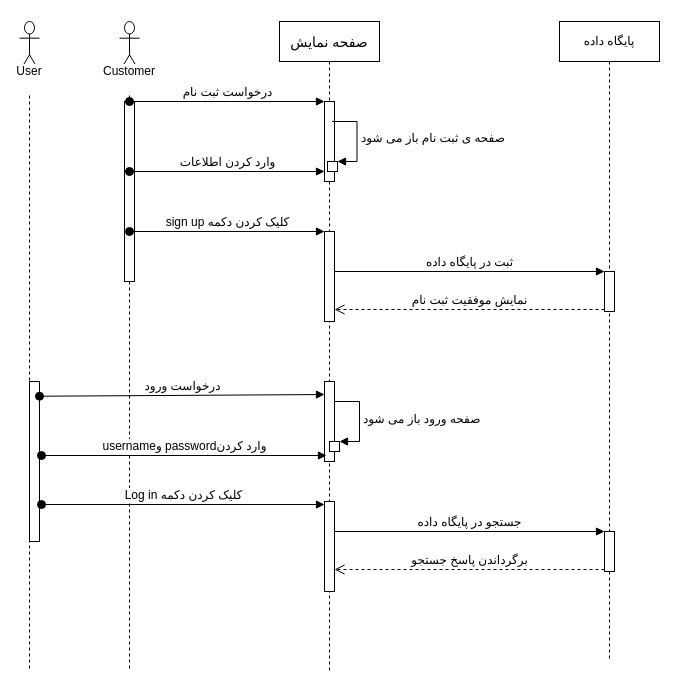
Before: docs/SignupLoginSeqDiagram.drawio in marketplus95/marketplus95, a draw.io diagram. Source tidied: cells renumbered, new cells numbered last; positions are measured from the earlier drawing's top-left corner, leaving out a move shared by most shapes. Both pictures are drawn from the tidied source at 100%, with x=0, y=0 at pixel (19, 21).
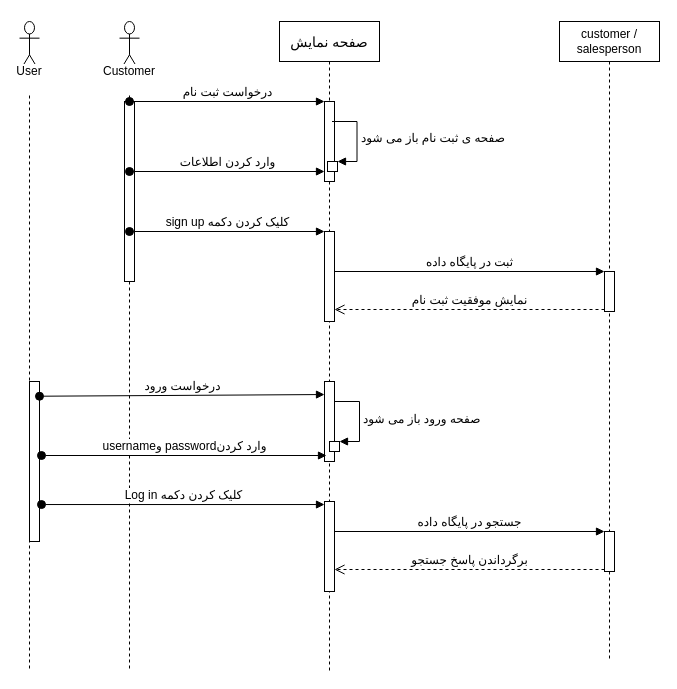
After the change.

Change to the diagram source:
```diff
@@
-    <mxCell id="12" value="پایگاه داده&lt;br&gt;" style="shape=umlLifeline;perimeter=lifelinePerimeter;whiteSpace=wrap;html=1;" parent="1" vertex="1">
+    <mxCell id="12" value="customer / salesperson" style="shape=umlLifeline;perimeter=lifelinePerimeter;whiteSpace=wrap;html=1;" parent="1" vertex="1">
       <mxGeometry x="540" width="100" height="640" as="geometry" />
     </mxCell>
```
